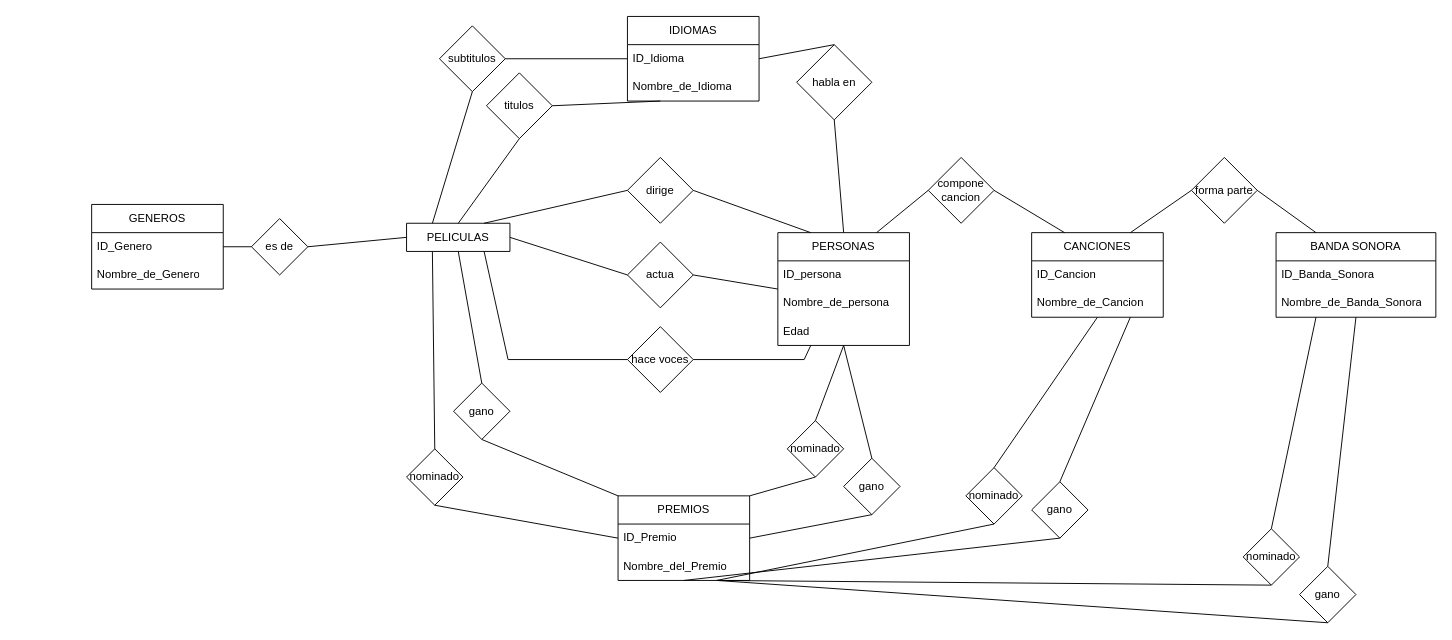
This is omdb.drawio from kolodani/AUS_Base_de_datos, a draw.io file, before an edit. Source tidied: cells renumbered, new cells numbered last; positions are measured from the earlier drawing's top-left corner, leaving out a move shared by most shapes. Both pictures are drawn from the tidied source at 94%, with x=0, y=0 at pixel (91, 16).
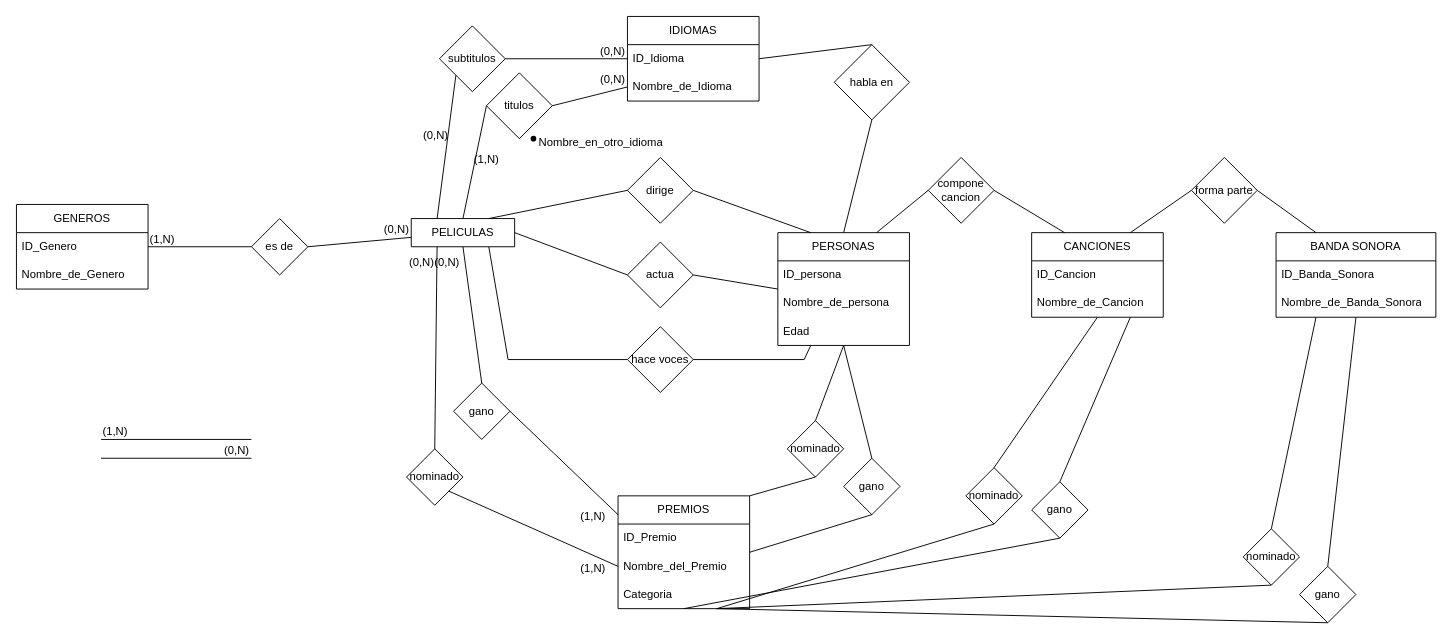
The same page after the edit.

Commit message:
agregando cardinalidad 1 omdb.drawio

Unchanged cells that the change refers to:
```xml
<mxCell id="3" value="ID_Genero&lt;span style=&quot;white-space: pre;&quot;&gt;&#9;&lt;/span&gt;" style="text;strokeColor=none;fillColor=none;align=left;verticalAlign=middle;spacingLeft=4;spacingRight=4;overflow=hidden;points=[[0,0.5],[1,0.5]];portConstraint=eastwest;whiteSpace=wrap;html=1;" parent="2" vertex="1">
  <mxGeometry y="30" width="140" height="30" as="geometry" />
</mxCell>
<mxCell id="8" value="Nombre_del_Premio" style="text;strokeColor=none;fillColor=none;align=left;verticalAlign=middle;spacingLeft=4;spacingRight=4;overflow=hidden;points=[[0,0.5],[1,0.5]];portConstraint=eastwest;whiteSpace=wrap;html=1;" parent="6" vertex="1">
  <mxGeometry y="60" width="140" height="30" as="geometry" />
</mxCell>
<mxCell id="16" value="es de" style="rhombus;whiteSpace=wrap;html=1;" parent="1" vertex="1">
  <mxGeometry x="170" y="215" width="60" height="60" as="geometry" />
</mxCell>
<mxCell id="28" value="IDIOMAS" style="swimlane;fontStyle=0;horizontal=1;startSize=30;whiteSpace=wrap;html=1;" parent="1" vertex="1">
  <mxGeometry x="570" width="140" height="90" as="geometry" />
</mxCell>
<mxCell id="29" value="ID_Idioma" style="text;strokeColor=none;fillColor=none;align=left;verticalAlign=middle;spacingLeft=4;spacingRight=4;overflow=hidden;points=[[0,0.5],[1,0.5]];portConstraint=eastwest;whiteSpace=wrap;html=1;" parent="28" vertex="1">
  <mxGeometry y="30" width="140" height="30" as="geometry" />
</mxCell>
<mxCell id="30" value="Nombre_de_Idioma" style="text;strokeColor=none;fillColor=none;align=left;verticalAlign=middle;spacingLeft=4;spacingRight=4;overflow=hidden;points=[[0,0.5],[1,0.5]];portConstraint=eastwest;whiteSpace=wrap;html=1;" parent="28" vertex="1">
  <mxGeometry y="60" width="140" height="30" as="geometry" />
</mxCell>
<mxCell id="34" value="titulos" style="rhombus;whiteSpace=wrap;html=1;" parent="1" vertex="1">
  <mxGeometry x="420" y="60" width="70" height="70" as="geometry" />
</mxCell>
<mxCell id="35" value="&lt;div&gt;subtitulos&lt;/div&gt;" style="rhombus;whiteSpace=wrap;html=1;" parent="1" vertex="1">
  <mxGeometry x="370" y="10" width="70" height="70" as="geometry" />
</mxCell>
<mxCell id="43" value="nominado" style="rhombus;whiteSpace=wrap;html=1;" parent="1" vertex="1">
  <mxGeometry x="335" y="460" width="60" height="60" as="geometry" />
</mxCell>
<mxCell id="44" value="gano" style="rhombus;whiteSpace=wrap;html=1;" parent="1" vertex="1">
  <mxGeometry x="385" y="390" width="60" height="60" as="geometry" />
</mxCell>
```

The edit, as a diff of the source:
```diff
@@
     <mxCell id="2" value="GENEROS" style="swimlane;fontStyle=0;horizontal=1;startSize=30;whiteSpace=wrap;html=1;" parent="1" vertex="1">
-      <mxGeometry y="200" width="140" height="90" as="geometry" />
+      <mxGeometry x="-80" y="200" width="140" height="90" as="geometry" />
     </mxCell>
@@
     <mxCell id="5" value="PELICULAS" style="swimlane;fontStyle=0;horizontal=1;startSize=30;whiteSpace=wrap;html=1;" parent="1" vertex="1" collapsed="1">
-      <mxGeometry x="335" y="220" width="110" height="30" as="geometry" />
+      <mxGeometry x="340" y="215" width="110" height="30" as="geometry" />
     </mxCell>
     <mxCell id="6" value="PREMIOS" style="swimlane;fontStyle=0;horizontal=1;startSize=30;whiteSpace=wrap;html=1;" parent="1" vertex="1">
-      <mxGeometry x="560" y="510" width="140" height="90" as="geometry" />
+      <mxGeometry x="560" y="510" width="140" height="120" as="geometry" />
     </mxCell>
@@
+    <mxCell id="73" value="Categoria" style="text;strokeColor=none;fillColor=none;align=left;verticalAlign=middle;spacingLeft=4;spacingRight=4;overflow=hidden;whiteSpace=wrap;html=1;" parent="6" vertex="1">
+      <mxGeometry y="90" width="140" height="30" as="geometry" />
+    </mxCell>
@@
-    <mxCell id="17" style="endArrow=none;html=1;rounded=0;exitX=1;exitY=0.5;exitDx=0;exitDy=0;entryX=0;entryY=0.5;entryDx=0;entryDy=0;" parent="1" edge="1" source="16" target="5">
-      <mxGeometry relative="1" as="geometry" />
-    </mxCell>
-    <mxCell id="18" style="endArrow=none;html=1;rounded=0;exitX=1;exitY=0.5;exitDx=0;exitDy=0;entryX=0;entryY=0.5;entryDx=0;entryDy=0;" parent="1" edge="1" source="2" target="16">
-      <mxGeometry relative="1" as="geometry" />
-    </mxCell>
@@
-    <mxCell id="36" style="endArrow=none;html=1;rounded=0;entryX=0.25;entryY=1;entryDx=0;entryDy=0;exitX=1;exitY=0.5;exitDx=0;exitDy=0;" parent="1" edge="1" source="34" target="28">
-      <mxGeometry relative="1" as="geometry" />
-    </mxCell>
-    <mxCell id="37" style="endArrow=none;html=1;rounded=0;exitX=1;exitY=0.5;exitDx=0;exitDy=0;entryX=0;entryY=0.5;entryDx=0;entryDy=0;" parent="1" edge="1" source="35" target="28">
-      <mxGeometry relative="1" as="geometry" />
-    </mxCell>
-    <mxCell id="38" style="endArrow=none;html=1;rounded=0;exitX=0.5;exitY=1;exitDx=0;exitDy=0;entryX=0.25;entryY=0;entryDx=0;entryDy=0;" parent="1" edge="1" source="35" target="5">
-      <mxGeometry relative="1" as="geometry" />
-    </mxCell>
-    <mxCell id="39" style="endArrow=none;html=1;rounded=0;exitX=0.5;exitY=0;exitDx=0;exitDy=0;entryX=0.5;entryY=1;entryDx=0;entryDy=0;" parent="1" edge="1" source="5" target="34">
-      <mxGeometry relative="1" as="geometry" />
-    </mxCell>
     <mxCell id="40" value="habla en" style="rhombus;whiteSpace=wrap;html=1;" parent="1" vertex="1">
-      <mxGeometry x="750" y="30" width="80" height="80" as="geometry" />
+      <mxGeometry x="790" y="30" width="80" height="80" as="geometry" />
     </mxCell>
@@
-    <mxCell id="45" style="endArrow=none;html=1;rounded=0;entryX=0;entryY=0;entryDx=0;entryDy=0;exitX=0.5;exitY=1;exitDx=0;exitDy=0;" parent="1" edge="1" source="44" target="6">
-      <mxGeometry relative="1" as="geometry" />
-    </mxCell>
-    <mxCell id="46" style="endArrow=none;html=1;rounded=0;entryX=0;entryY=0.5;entryDx=0;entryDy=0;exitX=0.5;exitY=1;exitDx=0;exitDy=0;" parent="1" edge="1" source="43" target="6">
-      <mxGeometry relative="1" as="geometry" />
-    </mxCell>
-    <mxCell id="47" style="endArrow=none;html=1;rounded=0;entryX=0.5;entryY=0;entryDx=0;entryDy=0;exitX=0.25;exitY=1;exitDx=0;exitDy=0;" parent="1" edge="1" source="5" target="43">
-      <mxGeometry relative="1" as="geometry" />
-    </mxCell>
-    <mxCell id="48" style="endArrow=none;html=1;rounded=0;entryX=0.5;entryY=0;entryDx=0;entryDy=0;exitX=0.5;exitY=1;exitDx=0;exitDy=0;" parent="1" edge="1" source="5" target="44">
-      <mxGeometry relative="1" as="geometry" />
-    </mxCell>
@@
+    <mxCell id="74" style="endArrow=none;html=1;rounded=0;" parent="1" edge="1">
+      <mxGeometry relative="1" as="geometry">
+        <mxPoint x="10" y="450" as="sourcePoint" />
+        <mxPoint x="170" y="450" as="targetPoint" />
+      </mxGeometry>
+    </mxCell>
+    <mxCell id="75" value="(1,N)" style="html=1;whiteSpace=wrap;align=left;verticalAlign=bottom;" parent="74" vertex="1">
+      <mxGeometry x="-1" relative="1" as="geometry" />
+    </mxCell>
+    <mxCell id="76" style="endArrow=none;html=1;rounded=0;" parent="1" edge="1">
+      <mxGeometry relative="1" as="geometry">
+        <mxPoint x="10" y="470" as="sourcePoint" />
+        <mxPoint x="170" y="470" as="targetPoint" />
+      </mxGeometry>
+    </mxCell>
+    <mxCell id="77" value="(0,N)" style="html=1;whiteSpace=wrap;align=right;verticalAlign=bottom;" parent="76" vertex="1">
+      <mxGeometry x="1" relative="1" as="geometry">
+        <mxPoint x="-1" as="offset" />
+      </mxGeometry>
+    </mxCell>
+    <mxCell id="78" style="endArrow=none;html=1;rounded=0;exitX=1;exitY=0.5;exitDx=0;exitDy=0;entryX=0;entryY=0.5;entryDx=0;entryDy=0;" parent="1" edge="1" source="3" target="16">
+      <mxGeometry relative="1" as="geometry" />
+    </mxCell>
+    <mxCell id="79" value="(1,N)" style="html=1;whiteSpace=wrap;align=left;verticalAlign=bottom;" parent="78" vertex="1">
+      <mxGeometry x="-1" relative="1" as="geometry" />
+    </mxCell>
+    <mxCell id="17" style="endArrow=none;html=1;rounded=0;exitX=1;exitY=0.5;exitDx=0;exitDy=0;" parent="1" edge="1" source="16" target="5">
+      <mxGeometry relative="1" as="geometry" />
+    </mxCell>
+    <mxCell id="80" value="(0,N)" style="html=1;whiteSpace=wrap;align=right;verticalAlign=bottom;" parent="17" vertex="1">
+      <mxGeometry x="1" relative="1" as="geometry">
+        <mxPoint x="-1" as="offset" />
+      </mxGeometry>
+    </mxCell>
+    <mxCell id="81" style="group;" parent="1" vertex="1">
+      <mxGeometry x="460" y="120" width="170" height="30" as="geometry" />
+    </mxCell>
+    <mxCell id="82" value="Nombre_en_otro_idioma" style="text;strokeColor=none;fillColor=none;spacingLeft=4;spacingRight=4;overflow=hidden;fontSize=12;whiteSpace=wrap;html=1;" parent="81" vertex="1">
+      <mxGeometry x="10" width="160" height="30" as="geometry" />
+    </mxCell>
+    <mxCell id="83" style="shape=waypoint;sketch=0;fillStyle=solid;size=6;fillColor=none;perimeter=centerPerimeter;" parent="81" vertex="1">
+      <mxGeometry width="20" height="20" as="geometry" />
+    </mxCell>
+    <mxCell id="39" style="endArrow=none;html=1;rounded=0;entryX=0;entryY=0.5;entryDx=0;entryDy=0;exitX=0.5;exitY=0;exitDx=0;exitDy=0;" parent="1" edge="1" source="5" target="34">
+      <mxGeometry relative="1" as="geometry" />
+    </mxCell>
+    <mxCell id="84" value="(1,N)" style="html=1;whiteSpace=wrap;align=left;verticalAlign=bottom;" parent="39" vertex="1">
+      <mxGeometry x="-1" relative="1" as="geometry">
+        <mxPoint x="10" y="-55" as="offset" />
+      </mxGeometry>
+    </mxCell>
+    <mxCell id="85" style="endArrow=none;html=1;rounded=0;entryX=0;entryY=0.5;entryDx=0;entryDy=0;exitX=1;exitY=0.5;exitDx=0;exitDy=0;" parent="1" edge="1" source="34" target="30">
+      <mxGeometry relative="1" as="geometry" />
+    </mxCell>
+    <mxCell id="86" value="(0,N)" style="html=1;whiteSpace=wrap;align=right;verticalAlign=bottom;" parent="85" vertex="1">
+      <mxGeometry x="1" relative="1" as="geometry">
+        <mxPoint x="-1" as="offset" />
+      </mxGeometry>
+    </mxCell>
+    <mxCell id="87" style="endArrow=none;html=1;rounded=0;entryX=0;entryY=1;entryDx=0;entryDy=0;exitX=0.25;exitY=0;exitDx=0;exitDy=0;" parent="1" edge="1" source="5" target="35">
+      <mxGeometry relative="1" as="geometry" />
+    </mxCell>
+    <mxCell id="88" value="(0,N)" style="html=1;whiteSpace=wrap;align=left;verticalAlign=bottom;" parent="87" vertex="1">
+      <mxGeometry x="-1" relative="1" as="geometry">
+        <mxPoint x="-17" y="-80" as="offset" />
+      </mxGeometry>
+    </mxCell>
+    <mxCell id="89" style="endArrow=none;html=1;rounded=0;entryX=0;entryY=0.5;entryDx=0;entryDy=0;exitX=1;exitY=0.5;exitDx=0;exitDy=0;" parent="1" edge="1" source="35" target="29">
+      <mxGeometry relative="1" as="geometry" />
+    </mxCell>
+    <mxCell id="90" value="(0,N)" style="html=1;whiteSpace=wrap;align=right;verticalAlign=bottom;" parent="89" vertex="1">
+      <mxGeometry x="1" relative="1" as="geometry">
+        <mxPoint x="-1" as="offset" />
+      </mxGeometry>
+    </mxCell>
+    <mxCell id="47" style="endArrow=none;html=1;rounded=0;entryX=0.5;entryY=0;entryDx=0;entryDy=0;exitX=0.25;exitY=1;exitDx=0;exitDy=0;" parent="1" edge="1" source="5" target="43">
+      <mxGeometry relative="1" as="geometry" />
+    </mxCell>
+    <mxCell id="91" value="(0,N)" style="html=1;whiteSpace=wrap;align=left;verticalAlign=bottom;" parent="47" vertex="1">
+      <mxGeometry x="-1" relative="1" as="geometry">
+        <mxPoint x="-32" y="25" as="offset" />
+      </mxGeometry>
+    </mxCell>
+    <mxCell id="92" style="endArrow=none;html=1;rounded=0;exitX=1;exitY=1;exitDx=0;exitDy=0;entryX=0;entryY=0.5;entryDx=0;entryDy=0;" parent="1" edge="1" source="43" target="8">
+      <mxGeometry relative="1" as="geometry" />
+    </mxCell>
+    <mxCell id="93" value="(1,N)" style="html=1;whiteSpace=wrap;align=right;verticalAlign=bottom;" parent="92" vertex="1">
+      <mxGeometry x="1" relative="1" as="geometry">
+        <mxPoint x="-12" y="10" as="offset" />
+      </mxGeometry>
+    </mxCell>
+    <mxCell id="48" style="endArrow=none;html=1;rounded=0;entryX=0.5;entryY=0;entryDx=0;entryDy=0;exitX=0.5;exitY=1;exitDx=0;exitDy=0;" parent="1" edge="1" source="5" target="44">
+      <mxGeometry relative="1" as="geometry" />
+    </mxCell>
+    <mxCell id="94" value="(0,N)" style="html=1;whiteSpace=wrap;align=left;verticalAlign=bottom;" parent="48" vertex="1">
+      <mxGeometry x="-1" relative="1" as="geometry">
+        <mxPoint x="-32" y="25" as="offset" />
+      </mxGeometry>
+    </mxCell>
+    <mxCell id="95" style="endArrow=none;html=1;rounded=0;exitX=1;exitY=0.5;exitDx=0;exitDy=0;" parent="1" edge="1" source="44">
+      <mxGeometry relative="1" as="geometry">
+        <mxPoint x="560" y="530" as="targetPoint" />
+      </mxGeometry>
+    </mxCell>
+    <mxCell id="96" value="(1,N)" style="html=1;whiteSpace=wrap;align=right;verticalAlign=bottom;" parent="95" vertex="1">
+      <mxGeometry x="1" relative="1" as="geometry">
+        <mxPoint x="-12" y="10" as="offset" />
+      </mxGeometry>
+    </mxCell>
```
